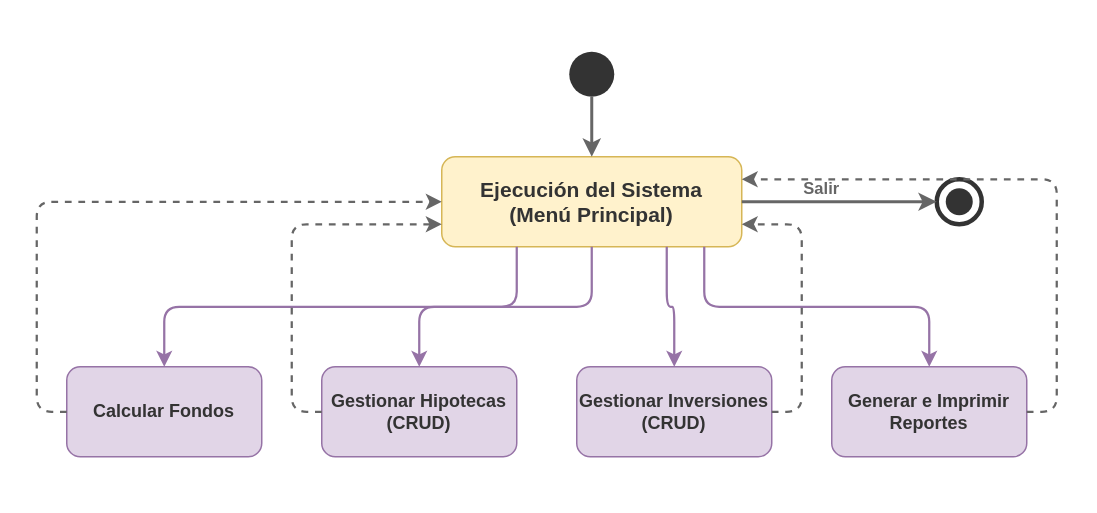
Earlier version of the draw.io diagram Docs_Folder/Iteracion 1/MaqEstIt1.drawio (delgadosanty/MSGF-repository). Source tidied: cells renumbered, new cells numbered last; positions are measured from the earlier drawing's top-left corner, leaving out a move shared by most shapes. Both pictures are drawn from the tidied source at 150%, with x=0, y=0 at pixel (36, 51).
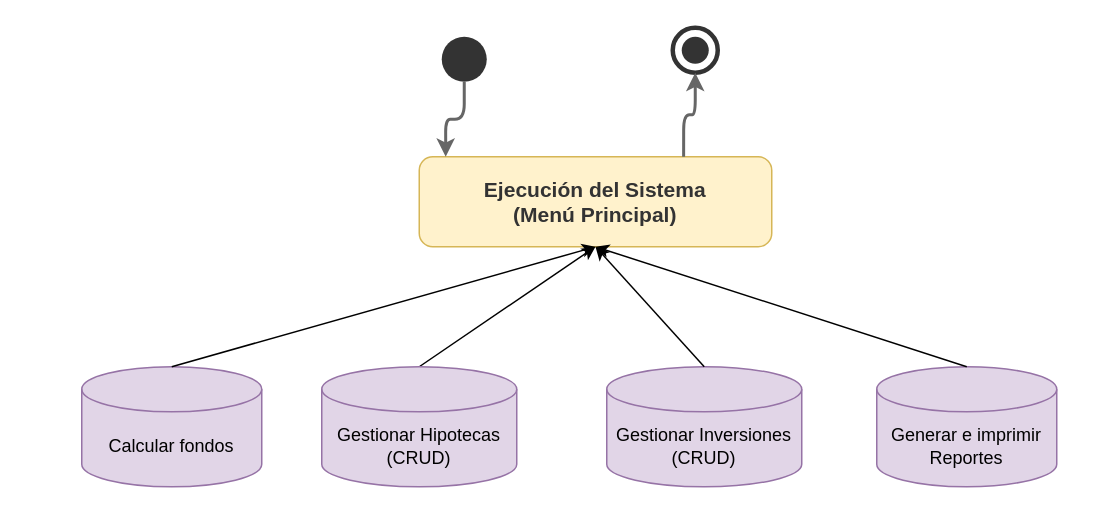
The same page after the edit.

What changed in the source:
```diff
@@
     <mxCell id="2" style="ellipse;whiteSpace=wrap;html=1;fillColor=#333333;strokeColor=none;" parent="1" vertex="1">
-      <mxGeometry x="355" width="30" height="30" as="geometry" />
+      <mxGeometry x="270" y="-10" width="30" height="30" as="geometry" />
     </mxCell>
     <mxCell id="3" style="ellipse;whiteSpace=wrap;html=1;fillColor=none;strokeColor=#333333;strokeWidth=3;" parent="1" vertex="1">
-      <mxGeometry x="600" y="85" width="30" height="30" as="geometry" />
+      <mxGeometry x="424" y="-16" width="30" height="30" as="geometry" />
     </mxCell>
-    <mxCell id="4" style="ellipse;whiteSpace=wrap;html=1;fillColor=#333333;strokeColor=none;" parent="3" vertex="1">
-      <mxGeometry x="6" y="6" width="18" height="18" as="geometry" />
-    </mxCell>
     <mxCell id="5" value="Ejecución del Sistema&lt;br&gt;(Menú Principal)" style="rounded=1;whiteSpace=wrap;html=1;fillColor=#fff2cc;strokeColor=#d6b656;fontStyle=1;fontSize=14;fontColor=#333333;" parent="1" vertex="1">
-      <mxGeometry x="270" y="70" width="200" height="60" as="geometry" />
+      <mxGeometry x="255" y="70" width="235" height="60" as="geometry" />
     </mxCell>
-    <mxCell id="6" value="Calcular Fondos" style="rounded=1;whiteSpace=wrap;html=1;fillColor=#e1d5e7;strokeColor=#9673a6;fontStyle=1;fontSize=12;fontColor=#333333;" parent="1" vertex="1">
-      <mxGeometry x="20" y="210" width="130" height="60" as="geometry" />
-    </mxCell>
-    <mxCell id="7" value="Gestionar Hipotecas&lt;br&gt;(CRUD)" style="rounded=1;whiteSpace=wrap;html=1;fillColor=#e1d5e7;strokeColor=#9673a6;fontStyle=1;fontSize=12;fontColor=#333333;" parent="1" vertex="1">
-      <mxGeometry x="190" y="210" width="130" height="60" as="geometry" />
-    </mxCell>
-    <mxCell id="8" value="Gestionar Inversiones&lt;br&gt;(CRUD)" style="rounded=1;whiteSpace=wrap;html=1;fillColor=#e1d5e7;strokeColor=#9673a6;fontStyle=1;fontSize=12;fontColor=#333333;" parent="1" vertex="1">
-      <mxGeometry x="360" y="210" width="130" height="60" as="geometry" />
-    </mxCell>
-    <mxCell id="9" value="Generar e Imprimir&lt;br&gt;Reportes" style="rounded=1;whiteSpace=wrap;html=1;fillColor=#e1d5e7;strokeColor=#9673a6;fontStyle=1;fontSize=12;fontColor=#333333;" parent="1" vertex="1">
-      <mxGeometry x="530" y="210" width="130" height="60" as="geometry" />
-    </mxCell>
-    <mxCell id="10" style="edgeStyle=orthogonalEdgeStyle;rounded=1;html=1;strokeColor=#666666;strokeWidth=2;" parent="1" edge="1" source="2" target="5">
+    <mxCell id="10" style="edgeStyle=orthogonalEdgeStyle;rounded=1;html=1;strokeColor=#666666;strokeWidth=2;entryX=0.075;entryY=0;entryDx=0;entryDy=0;entryPerimeter=0;" parent="1" edge="1" source="2" target="5">
       <mxGeometry relative="1" as="geometry" />
     </mxCell>
-    <mxCell id="11" style="edgeStyle=orthogonalEdgeStyle;rounded=1;html=1;strokeColor=#666666;strokeWidth=2;exitX=1;exitY=0.5;entryX=0;entryY=0.5;" parent="1" edge="1" source="5" target="3">
+    <mxCell id="11" style="edgeStyle=orthogonalEdgeStyle;rounded=1;html=1;strokeColor=#666666;strokeWidth=2;exitX=0.75;exitY=0;entryX=0.5;entryY=1;exitDx=0;exitDy=0;entryDx=0;entryDy=0;" parent="1" edge="1" source="5" target="3">
       <mxGeometry relative="1" as="geometry" />
     </mxCell>
-    <mxCell id="12" value="Salir" style="edgeLabel;html=1;align=center;verticalAlign=middle;fontStyle=1;fontColor=#666666;" parent="11" vertex="1">
-      <mxGeometry x="-0.2" y="-2" relative="1" as="geometry">
-        <mxPoint y="-12" as="offset" />
-      </mxGeometry>
-    </mxCell>
-    <mxCell id="13" style="edgeStyle=orthogonalEdgeStyle;rounded=1;html=1;strokeColor=#9673a6;strokeWidth=1.5;exitX=0.25;exitY=1;entryX=0.5;entryY=0;" parent="1" edge="1" source="5" target="6">
-      <mxGeometry relative="1" as="geometry" />
-    </mxCell>
-    <mxCell id="14" style="edgeStyle=orthogonalEdgeStyle;rounded=1;html=1;strokeColor=#9673a6;strokeWidth=1.5;exitX=0.5;exitY=1;entryX=0.5;entryY=0;" parent="1" edge="1" source="5" target="7">
-      <mxGeometry relative="1" as="geometry" />
-    </mxCell>
-    <mxCell id="15" style="edgeStyle=orthogonalEdgeStyle;rounded=1;html=1;strokeColor=#9673a6;strokeWidth=1.5;exitX=0.75;exitY=1;entryX=0.5;entryY=0;" parent="1" edge="1" source="5" target="8">
-      <mxGeometry relative="1" as="geometry" />
-    </mxCell>
-    <mxCell id="16" style="edgeStyle=orthogonalEdgeStyle;rounded=1;html=1;strokeColor=#9673a6;strokeWidth=1.5;exitX=0.875;exitY=1;entryX=0.5;entryY=0;" parent="1" edge="1" source="5" target="9">
-      <mxGeometry relative="1" as="geometry" />
-    </mxCell>
-    <mxCell id="17" style="edgeStyle=orthogonalEdgeStyle;rounded=1;html=1;strokeColor=#666666;strokeWidth=1.5;dashed=1;exitX=0;exitY=0.5;entryX=0;entryY=0.5;" parent="1" edge="1" source="6" target="5">
-      <mxGeometry relative="1" as="geometry">
-        <Array as="points">
-          <mxPoint y="240" />
-          <mxPoint y="100" />
-        </Array>
-      </mxGeometry>
-    </mxCell>
+    <mxCell id="21" value="Calcular fondos" style="shape=cylinder3;whiteSpace=wrap;html=1;boundedLbl=1;backgroundOutline=1;size=15;fillColor=#e1d5e7;strokeColor=#9673a6;" parent="1" vertex="1">
+      <mxGeometry x="30" y="210" width="120" height="80" as="geometry" />
+    </mxCell>
+    <mxCell id="8" value="Gestionar Inversiones (CRUD)" style="shape=cylinder3;whiteSpace=wrap;html=1;boundedLbl=1;backgroundOutline=1;size=15;fillColor=#e1d5e7;strokeColor=#9673a6;" parent="1" vertex="1">
+      <mxGeometry x="380" y="210" width="130" height="80" as="geometry" />
+    </mxCell>
+    <mxCell id="22" value="Generar e imprimir Reportes" style="shape=cylinder3;whiteSpace=wrap;html=1;boundedLbl=1;backgroundOutline=1;size=15;fillColor=#e1d5e7;strokeColor=#9673a6;" parent="1" vertex="1">
+      <mxGeometry x="560" y="210" width="120" height="80" as="geometry" />
+    </mxCell>
+    <mxCell id="4" style="ellipse;whiteSpace=wrap;html=1;fillColor=#333333;strokeColor=none;" parent="1" vertex="1">
+      <mxGeometry x="430" y="-10" width="18" height="18" as="geometry" />
+    </mxCell>
+    <mxCell id="23" style="endArrow=classic;html=1;rounded=0;defaultLabelBackgroundColor=gap;entryX=0.5;entryY=1;entryDx=0;entryDy=0;exitX=0.5;exitY=0;exitDx=0;exitDy=0;exitPerimeter=0;" parent="1" edge="1" source="21" target="5">
+      <mxGeometry relative="1" as="geometry" />
+    </mxCell>
-    <mxCell id="18" style="edgeStyle=orthogonalEdgeStyle;rounded=1;html=1;strokeColor=#666666;strokeWidth=1.5;dashed=1;exitX=0;exitY=0.5;entryX=0;entryY=0.75;" parent="1" edge="1" source="7" target="5">
-      <mxGeometry relative="1" as="geometry">
-        <Array as="points">
-          <mxPoint x="170" y="240" />
-          <mxPoint x="170" y="115" />
-        </Array>
-      </mxGeometry>
+    <mxCell id="18" style="endArrow=classic;html=1;rounded=0;defaultLabelBackgroundColor=gap;exitX=0.5;exitY=0;exitDx=0;exitDy=0;exitPerimeter=0;entryX=0.5;entryY=1;entryDx=0;entryDy=0;" parent="1" edge="1" source="7" target="5">
+      <mxGeometry relative="1" as="geometry" />
     </mxCell>
+    <mxCell id="24" style="endArrow=classic;html=1;rounded=0;defaultLabelBackgroundColor=gap;exitX=0.5;exitY=0;exitDx=0;exitDy=0;exitPerimeter=0;" parent="1" edge="1" target="7">
+      <mxGeometry relative="1" as="geometry">
+        <mxPoint x="200" y="269" as="sourcePoint" />
+      </mxGeometry>
+    </mxCell>
+    <mxCell id="7" value="Gestionar Hipotecas (CRUD)" style="shape=cylinder3;whiteSpace=wrap;html=1;boundedLbl=1;backgroundOutline=1;size=15;fillColor=#e1d5e7;strokeColor=#9673a6;" parent="1" vertex="1">
+      <mxGeometry x="190" y="210" width="130" height="80" as="geometry" />
+    </mxCell>
-    <mxCell id="19" style="edgeStyle=orthogonalEdgeStyle;rounded=1;html=1;strokeColor=#666666;strokeWidth=1.5;dashed=1;exitX=1;exitY=0.5;entryX=1;entryY=0.75;" parent="1" edge="1" source="8" target="5">
-      <mxGeometry relative="1" as="geometry">
-        <Array as="points">
-          <mxPoint x="510" y="240" />
-          <mxPoint x="510" y="115" />
-        </Array>
-      </mxGeometry>
+    <mxCell id="19" style="endArrow=classic;html=1;rounded=0;defaultLabelBackgroundColor=gap;entryX=0.5;entryY=1;entryDx=0;entryDy=0;exitX=0.5;exitY=0;exitDx=0;exitDy=0;exitPerimeter=0;" parent="1" edge="1" source="8" target="5">
+      <mxGeometry relative="1" as="geometry" />
     </mxCell>
-    <mxCell id="20" style="edgeStyle=orthogonalEdgeStyle;rounded=1;html=1;strokeColor=#666666;strokeWidth=1.5;dashed=1;exitX=1;exitY=0.5;entryX=1;entryY=0.25;" parent="1" edge="1" source="9" target="5">
-      <mxGeometry relative="1" as="geometry">
-        <Array as="points">
-          <mxPoint x="680" y="240" />
-          <mxPoint x="680" y="85" />
-        </Array>
-      </mxGeometry>
-    </mxCell>
+    <mxCell id="25" style="endArrow=classic;html=1;rounded=0;defaultLabelBackgroundColor=gap;entryX=0.5;entryY=1;entryDx=0;entryDy=0;exitX=0.5;exitY=0;exitDx=0;exitDy=0;exitPerimeter=0;" parent="1" edge="1" source="22" target="5">
+      <mxGeometry relative="1" as="geometry" />
+    </mxCell>
```
